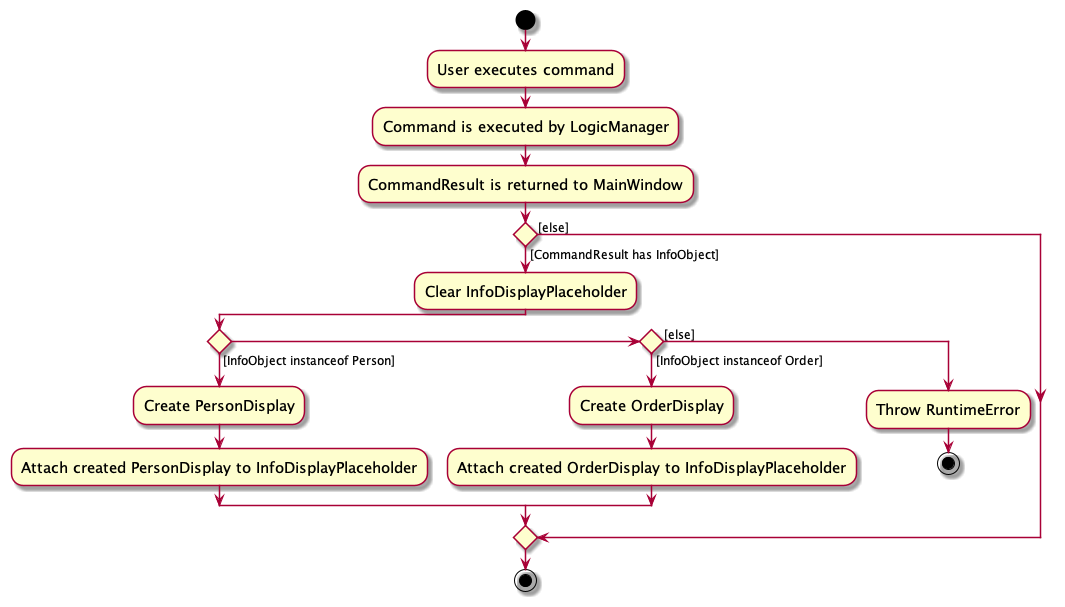
Earlier version of the PlantUML export docs/images/ViewActivityDiagram.png (timetraveller-123/tp). The source it was exported from:
```plantuml
@startuml
skin rose
skinparam ActivityFontSize 15
skinparam ArrowFontSize 12
start
:User executes command;
:Command is executed by LogicManager;
:CommandResult is returned to MainWindow;

if () then ([CommandResult has InfoObject])
    :Clear InfoDisplayPlaceholder;
    if () then ([InfoObject instanceof Person])
        :Create PersonDisplay;
        :Attach created PersonDisplay to InfoDisplayPlaceholder;
    elseif () then ([InfoObject instanceof Order])
        :Create OrderDisplay;
        :Attach created OrderDisplay to InfoDisplayPlaceholder;
    else ([else])
        :Throw RuntimeError;
        stop
    endif
else ([else])

endif
stop
@enduml
```
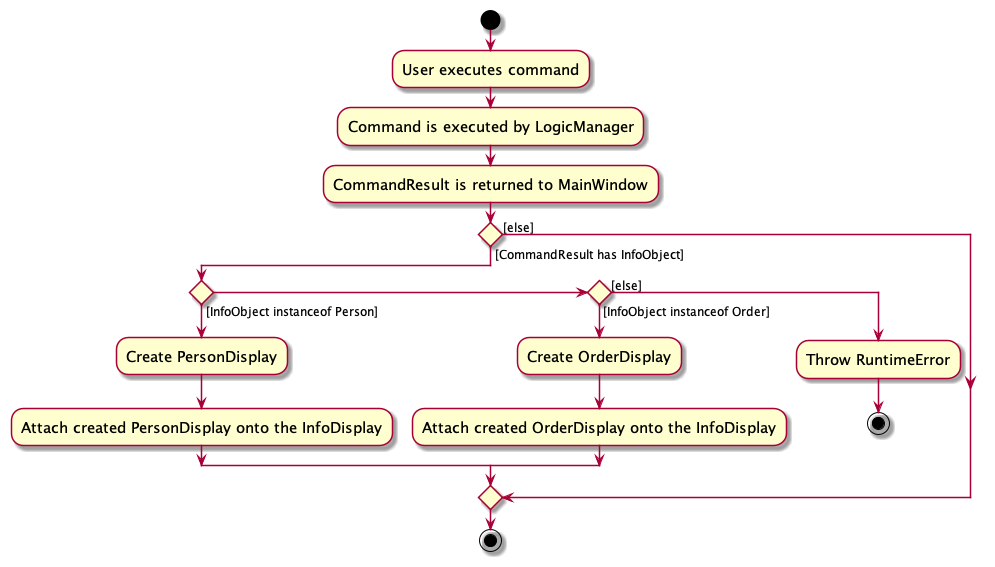
Above is the later version.

What changed in the source:
```diff
@@ -8,13 +8,12 @@
 :CommandResult is returned to MainWindow;
 
 if () then ([CommandResult has InfoObject])
-    :Clear InfoDisplayPlaceholder;
     if () then ([InfoObject instanceof Person])
         :Create PersonDisplay;
-        :Attach created PersonDisplay to InfoDisplayPlaceholder;
+        :Attach created PersonDisplay onto the InfoDisplay;
     elseif () then ([InfoObject instanceof Order])
         :Create OrderDisplay;
-        :Attach created OrderDisplay to InfoDisplayPlaceholder;
+        :Attach created OrderDisplay onto the InfoDisplay;
     else ([else])
         :Throw RuntimeError;
         stop
```
